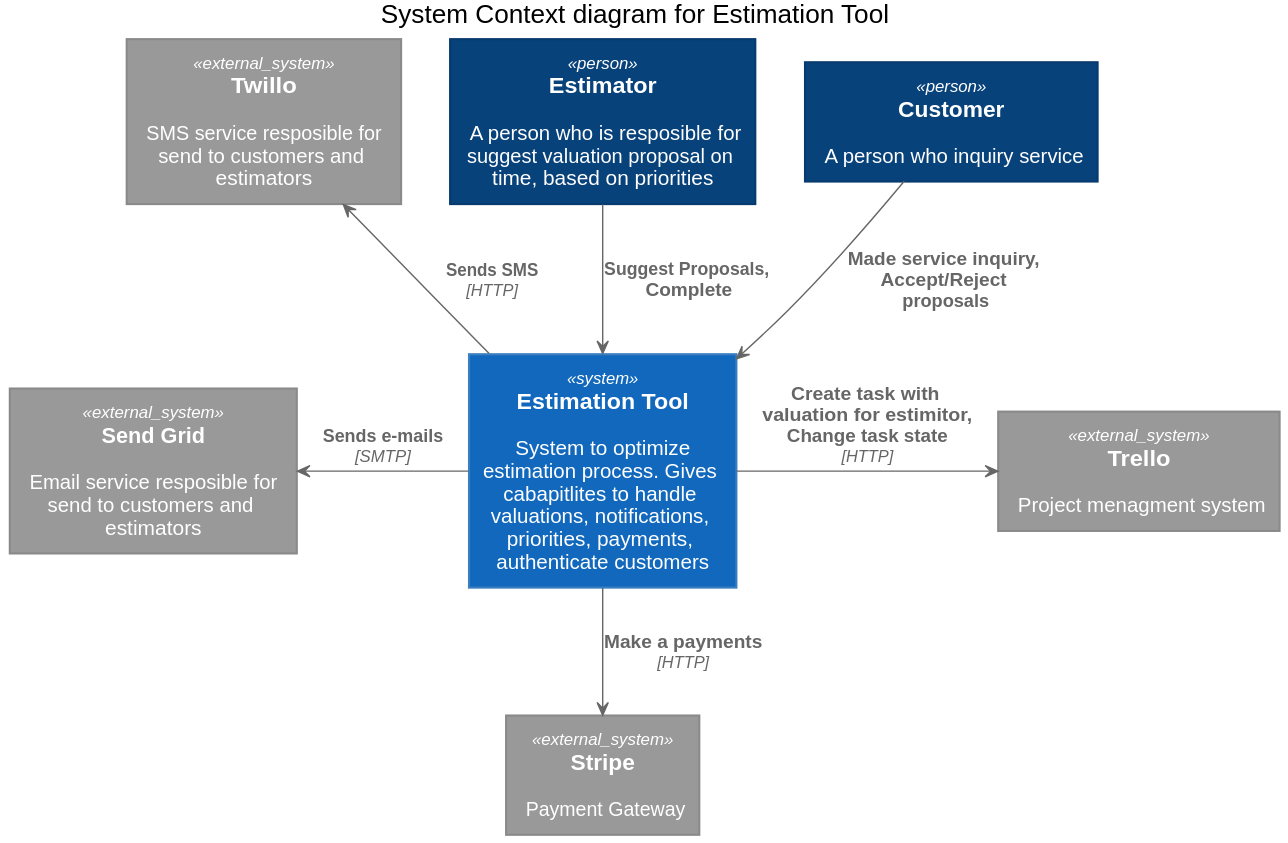
Earlier version of the PlantUML export Documentation/C4/system_context_diagram.svg (kamilbaczek/Modular-monolith-by-example). Its diagram source:
```plantuml
@startuml
!include <c4/C4_Context.puml>

!include <office/Users/user.puml>

title System Context diagram for Estimation Tool

Person(estimator, Estimator , "A person who is resposible for suggest valuation proposal on time, based on priorities" )
Person(customer, Customer , "A person who inquiry service" )

System(estimation_tool, "Estimation Tool", "System to optimize estimation process. Gives cabapitlites to handle valuations, notifications, priorities, payments, authenticate customers")

System_Ext(twillo, "Twillo", "SMS service resposible for send to customers and estimators")
System_Ext(sendGrid, "Send Grid", "Email service resposible for send to customers and estimators")
System_Ext(trello, "Trello", "Project menagment system")
System_Ext(stripe, "Stripe", "Payment Gateway")

Rel(customer, estimation_tool, "Made service inquiry, Accept/Reject proposals")
Rel(estimator, estimation_tool, "Suggest Proposals, Complete")

Rel_U(estimation_tool, twillo, "Sends SMS", "HTTP")
Rel_L(estimation_tool, sendGrid, "Sends e-mails", "SMTP")
Rel_R(estimation_tool, trello, "Create task with valuation for estimitor, Change task state", "HTTP")
Rel_D(estimation_tool, stripe, "Make a payments", "HTTP")

@enduml
```
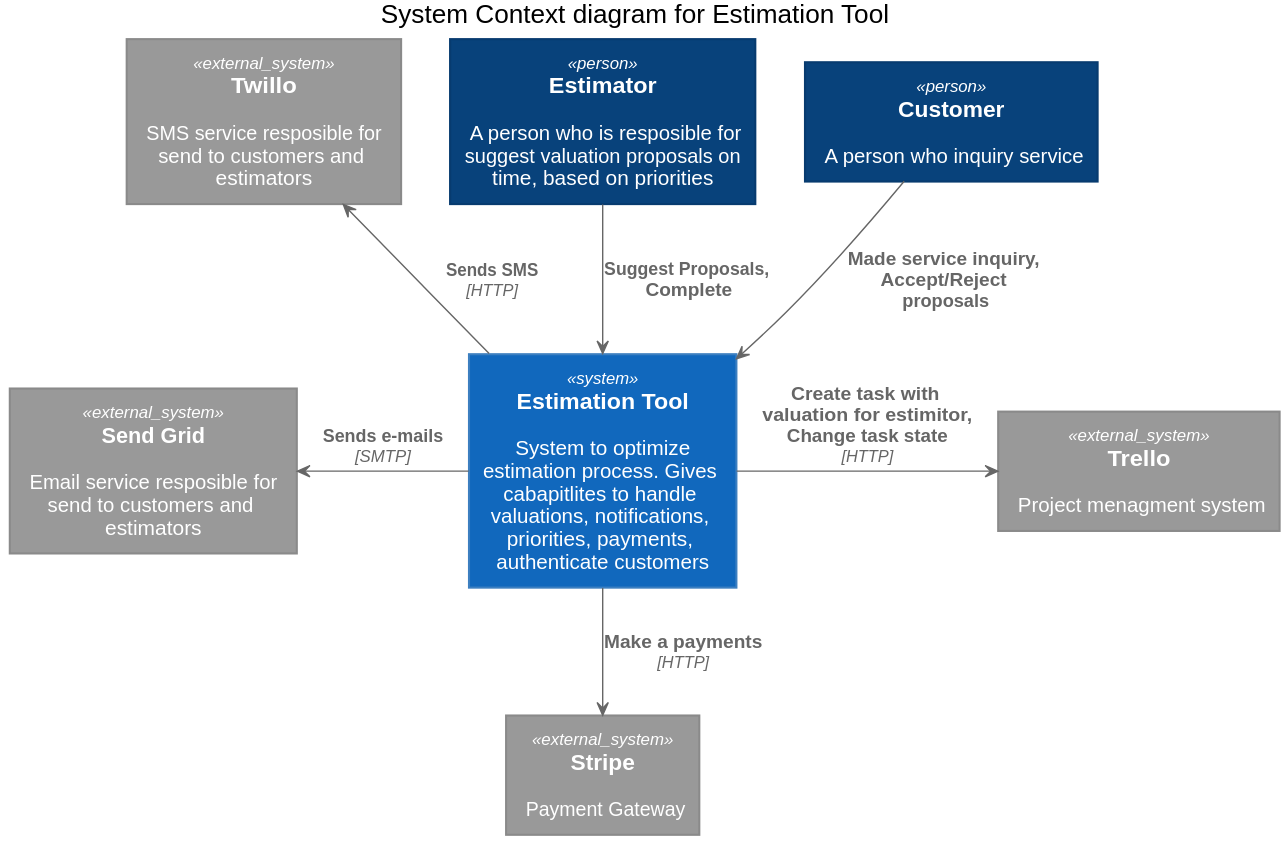
The same file after the commit.

Commit message:
Generate SVG files for PlantUML diagrams

The edit, as a diff of the source:
```diff
@@ -5,7 +5,7 @@
 
 title System Context diagram for Estimation Tool
 
-Person(estimator, Estimator , "A person who is resposible for suggest valuation proposal on time, based on priorities" )
+Person(estimator, Estimator , "A person who is resposible for suggest valuation proposals on time, based on priorities" )
 Person(customer, Customer , "A person who inquiry service" )
 
 System(estimation_tool, "Estimation Tool", "System to optimize estimation process. Gives cabapitlites to handle valuations, notifications, priorities, payments, authenticate customers")
```
